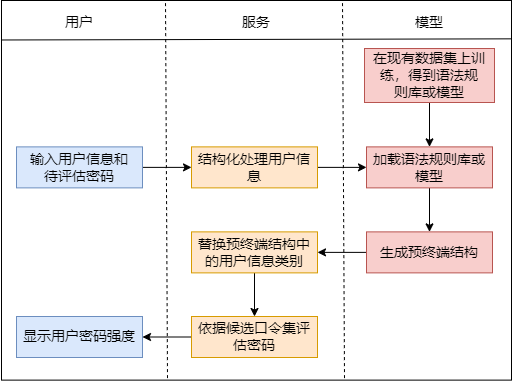
Before: fun1.drawio.png, a diagram exported from draw.io (lakomi/pictures). Source tidied: cells renumbered, new cells last; positions are measured from the earlier drawing's top-left corner, leaving out a move shared by most shapes.
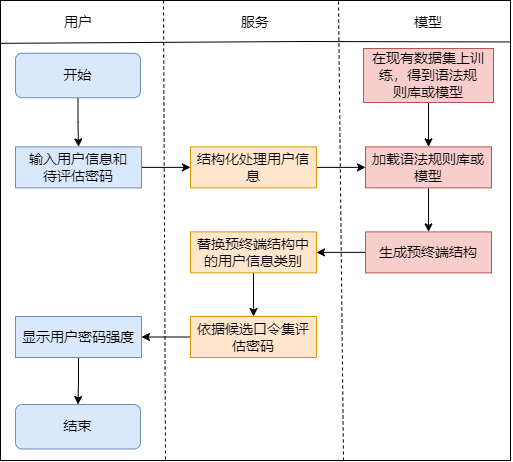
The same file after the commit.

The edit, as a diff of the source:
```diff
@@ -3,7 +3,7 @@
     <mxCell id="0" />
     <mxCell id="1" parent="0" />
     <mxCell id="2" style="rounded=0;whiteSpace=wrap;html=1;fontSize=14;" parent="1" vertex="1">
-      <mxGeometry width="510" height="379.6" as="geometry" />
+      <mxGeometry width="510" height="460" as="geometry" />
     </mxCell>
     <mxCell id="3" style="rounded=0;jettySize=auto;html=1;exitX=1;exitY=0.5;exitDx=0;exitDy=0;entryX=0;entryY=0.5;entryDx=0;entryDy=0;fontSize=14;" parent="1" edge="1" source="4" target="6">
       <mxGeometry relative="1" as="geometry" />
@@ -41,6 +41,9 @@
     <mxCell id="14" value="依据候选口令集评估密码" style="rounded=0;whiteSpace=wrap;html=1;fontSize=14;fillColor=#ffe6cc;strokeColor=#d79b00;" parent="1" vertex="1">
       <mxGeometry x="190" y="316" width="126" height="41" as="geometry" />
     </mxCell>
+    <mxCell id="24" style="edgeStyle=orthogonalEdgeStyle;rounded=0;jettySize=auto;html=1;exitX=0.5;exitY=1;exitDx=0;exitDy=0;fontSize=14;" parent="1" edge="1" source="15" target="27">
+      <mxGeometry relative="1" as="geometry" />
+    </mxCell>
     <mxCell id="15" value="显示用户密码强度" style="rounded=0;whiteSpace=wrap;html=1;fontSize=14;fillColor=#dae8fc;strokeColor=#6c8ebf;" parent="1" vertex="1">
       <mxGeometry x="15" y="316" width="126" height="41" as="geometry" />
     </mxCell>
@@ -50,13 +53,10 @@
     <mxCell id="17" value="在现有数据集上训练，得到语法规&lt;br&gt;则库或模型" style="rounded=0;whiteSpace=wrap;html=1;fontSize=14;fillColor=#f8cecc;strokeColor=#b85450;" parent="1" vertex="1">
       <mxGeometry x="363" y="48" width="130" height="54" as="geometry" />
     </mxCell>
-    <mxCell id="18" style="endArrow=none;html=1;rounded=0;fontSize=14;entryX=1;entryY=0.101;entryDx=0;entryDy=0;entryPerimeter=0;exitX=-0.001;exitY=0.104;exitDx=0;exitDy=0;exitPerimeter=0;" parent="1" edge="1" source="2" target="2">
-      <mxGeometry relative="1" as="geometry" />
-    </mxCell>
     <mxCell id="19" style="endArrow=none;dashed=1;html=1;rounded=0;fontSize=14;" parent="1" edge="1">
       <mxGeometry relative="1" as="geometry">
-        <mxPoint x="343" y="377.6" as="sourcePoint" />
-        <mxPoint x="341" as="targetPoint" />
+        <mxPoint x="343" y="460" as="sourcePoint" />
+        <mxPoint x="338" as="targetPoint" />
       </mxGeometry>
     </mxCell>
     <mxCell id="20" value="用户" style="text;html=1;strokeColor=none;fillColor=none;align=center;verticalAlign=middle;whiteSpace=wrap;rounded=0;fontSize=14;" parent="1" vertex="1">
@@ -70,9 +70,27 @@
     </mxCell>
     <mxCell id="23" style="endArrow=none;dashed=1;html=1;rounded=0;fontSize=14;" parent="1" edge="1">
       <mxGeometry relative="1" as="geometry">
-        <mxPoint x="166" y="377.6" as="sourcePoint" />
-        <mxPoint x="164" as="targetPoint" />
+        <mxPoint x="165" y="459" as="sourcePoint" />
+        <mxPoint x="163" as="targetPoint" />
       </mxGeometry>
     </mxCell>
+    <mxCell id="25" style="edgeStyle=orthogonalEdgeStyle;rounded=0;jettySize=auto;html=1;exitX=0.5;exitY=1;exitDx=0;exitDy=0;fontSize=14;" parent="1" edge="1" source="26" target="4">
+      <mxGeometry relative="1" as="geometry" />
+    </mxCell>
+    <mxCell id="26" value="开始" style="rounded=1;whiteSpace=wrap;html=1;fontSize=14;fillColor=#dae8fc;strokeColor=#6c8ebf;" parent="1" vertex="1">
+      <mxGeometry x="15" y="52.8" width="125" height="44.5" as="geometry" />
+    </mxCell>
+    <mxCell id="27" value="结束" style="rounded=1;whiteSpace=wrap;html=1;fontSize=14;fillColor=#dae8fc;strokeColor=#6c8ebf;" parent="1" vertex="1">
+      <mxGeometry x="15" y="404" width="125" height="44.5" as="geometry" />
+    </mxCell>
+    <mxCell id="28" style="endArrow=none;html=1;rounded=0;fontSize=14;entryX=1;entryY=0.101;entryDx=0;entryDy=0;entryPerimeter=0;exitX=-0.001;exitY=0.104;exitDx=0;exitDy=0;exitPerimeter=0;" parent="1" edge="1">
+      <mxGeometry relative="1" as="geometry">
+        <mxPoint y="42.8" as="sourcePoint" />
+        <mxPoint x="510.5" y="41.5" as="targetPoint" />
+        <Array as="points">
+          <mxPoint x="304.5" y="41" />
+        </Array>
+      </mxGeometry>
+    </mxCell>
   </root>
 </mxGraphModel>
```
